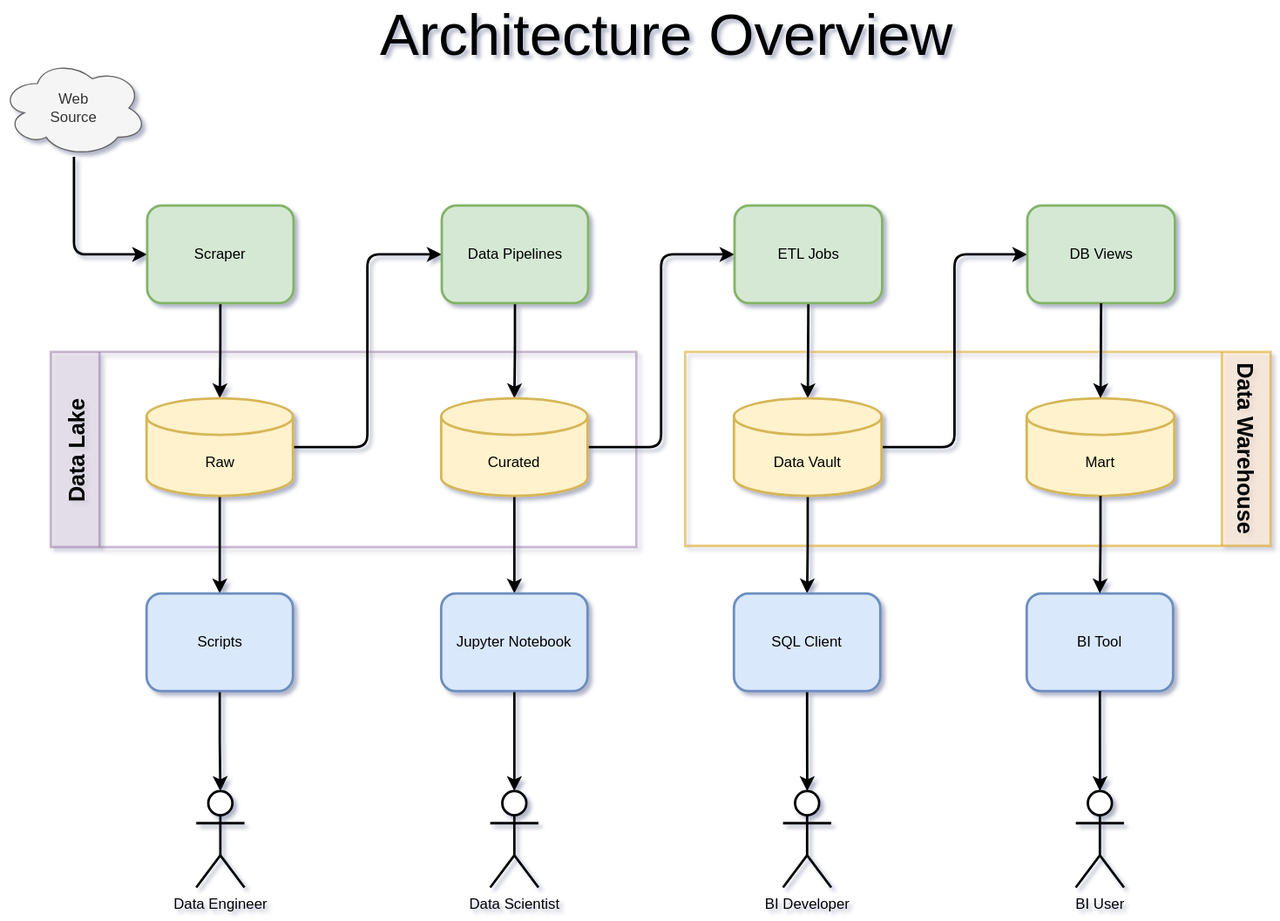
Before: doc/architecture-overview.drawio.svg, a diagram exported from draw.io (petracarrion/job-market-analytics). Source tidied: cells renumbered, new cells last; positions are measured from the earlier drawing's top-left corner, leaving out a move shared by most shapes.
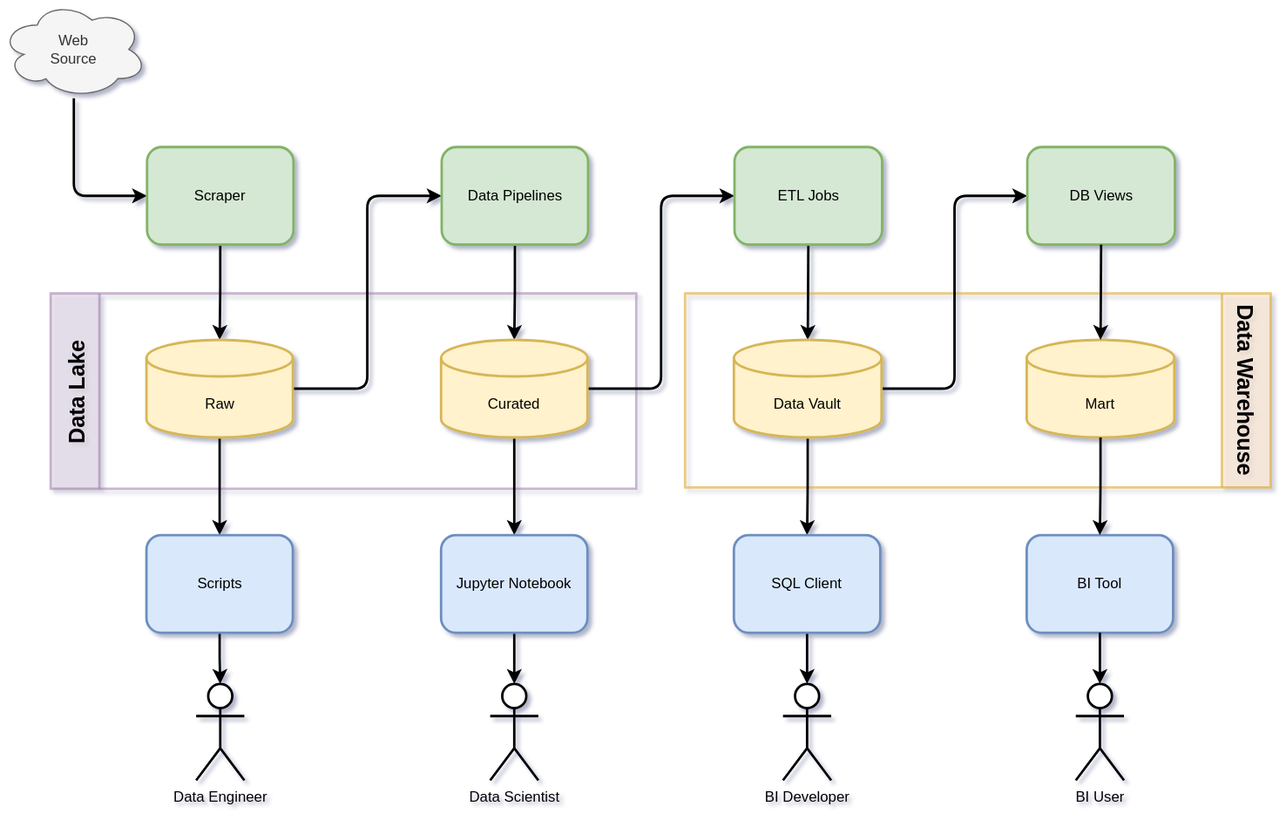
After the change.

The edit, as a diff of the source:
```diff
@@ -66,11 +66,8 @@
       <mxGeometry x="601" y="478" width="120" height="80" as="geometry" />
     </mxCell>
     <mxCell id="23" value="BI Developer" style="shape=umlActor;verticalLabelPosition=bottom;verticalAlign=top;html=1;outlineConnect=0;strokeWidth=2;" parent="1" vertex="1">
-      <mxGeometry x="641.2" y="640" width="39.5" height="79" as="geometry" />
+      <mxGeometry x="641.2" y="600" width="39.5" height="79" as="geometry" />
     </mxCell>
-    <mxCell id="24" value="Architecture Overview" style="text;html=1;strokeColor=none;fillColor=none;align=center;verticalAlign=middle;whiteSpace=wrap;rounded=0;fontSize=48;" parent="1" vertex="1">
-      <mxGeometry x="286" width="520" height="40" as="geometry" />
-    </mxCell>
     <mxCell id="25" style="edgeStyle=orthogonalEdgeStyle;rounded=1;jettySize=auto;html=1;entryX=0.5;entryY=0;entryDx=0;entryDy=0;entryPerimeter=0;fontSize=48;strokeWidth=2;" parent="1" edge="1" source="26" target="27">
       <mxGeometry relative="1" as="geometry" />
     </mxCell>
@@ -78,7 +75,7 @@
       <mxGeometry x="361" y="478" width="120" height="80" as="geometry" />
     </mxCell>
     <mxCell id="27" value="Data Scientist" style="shape=umlActor;verticalLabelPosition=bottom;verticalAlign=top;html=1;outlineConnect=0;strokeWidth=2;" parent="1" vertex="1">
-      <mxGeometry x="401.2" y="640" width="39.5" height="79" as="geometry" />
+      <mxGeometry x="401.2" y="600" width="39.5" height="79" as="geometry" />
     </mxCell>
     <mxCell id="28" style="edgeStyle=orthogonalEdgeStyle;rounded=0;jettySize=auto;html=1;entryX=0.5;entryY=0;entryDx=0;entryDy=0;entryPerimeter=0;strokeWidth=2;sourcePerimeterSpacing=0;" parent="1" edge="1" source="29" target="30">
       <mxGeometry relative="1" as="geometry" />
@@ -87,7 +84,7 @@
       <mxGeometry x="119.5" y="478" width="120" height="80" as="geometry" />
     </mxCell>
     <mxCell id="30" value="Data Engineer" style="shape=umlActor;verticalLabelPosition=bottom;verticalAlign=top;html=1;outlineConnect=0;strokeWidth=2;" parent="1" vertex="1">
-      <mxGeometry x="160.2" y="640" width="39.5" height="79" as="geometry" />
+      <mxGeometry x="160.2" y="600" width="39.5" height="79" as="geometry" />
     </mxCell>
     <mxCell id="31" value="DB Views" style="rounded=1;whiteSpace=wrap;html=1;fillColor=#d5e8d4;strokeColor=#82b366;strokeWidth=2;perimeterSpacing=0;" parent="1" vertex="1">
       <mxGeometry x="841.5" y="160" width="121" height="80" as="geometry" />
@@ -105,7 +102,7 @@
       <mxGeometry relative="1" as="geometry" />
     </mxCell>
     <mxCell id="36" value="BI User" style="shape=umlActor;verticalLabelPosition=bottom;verticalAlign=top;html=1;outlineConnect=0;strokeWidth=2;" parent="1" vertex="1">
-      <mxGeometry x="881.2" y="640" width="39.5" height="79" as="geometry" />
+      <mxGeometry x="881.2" y="600" width="39.5" height="79" as="geometry" />
     </mxCell>
     <mxCell id="37" style="edgeStyle=orthogonalEdgeStyle;rounded=1;jettySize=auto;html=1;strokeWidth=2;" parent="1" edge="1" source="34" target="36">
       <mxGeometry relative="1" as="geometry" />
```
